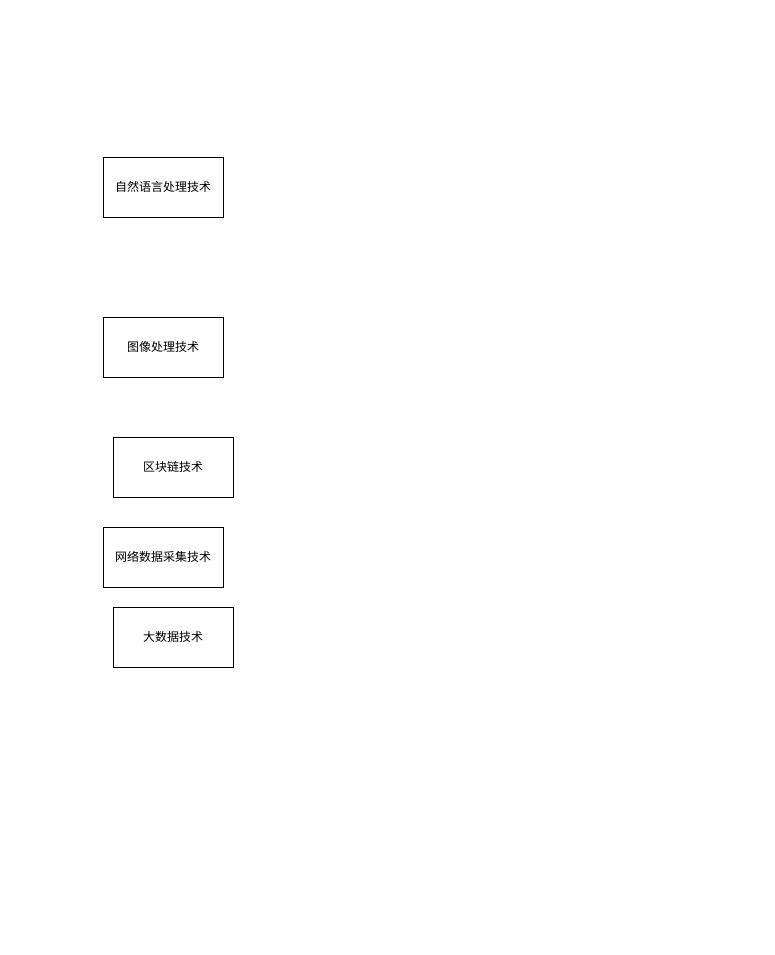
Before: 研究方向.drawio in drelolua/air-factory, a draw.io diagram. Source tidied: cells renumbered, new cells numbered last; positions are measured from the earlier drawing's top-left corner, leaving out a move shared by most shapes. Both pictures are drawn from the tidied source at 100%, with x=0, y=0 at pixel (103, 157).
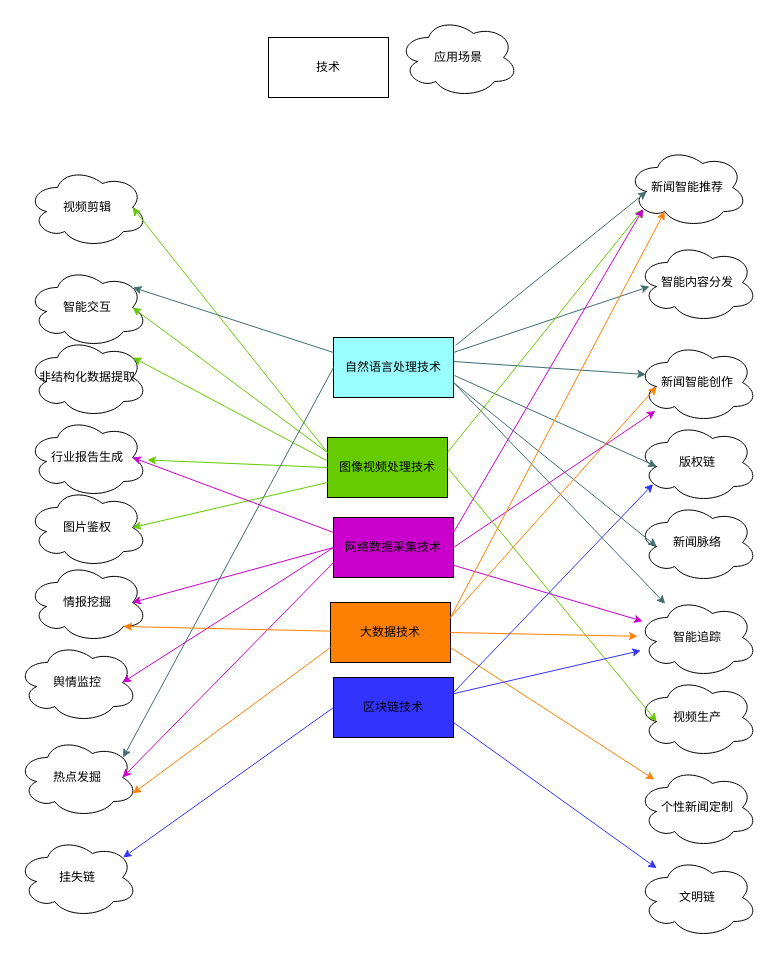
After the change.

The edit, as a diff of the source:
```diff
@@
-    <mxCell id="2" value="自然语言处理技术" style="rounded=0;whiteSpace=wrap;html=1;" parent="1" vertex="1">
-      <mxGeometry width="120" height="60" as="geometry" />
+    <mxCell id="2" value="自然语言处理技术" style="rounded=0;whiteSpace=wrap;html=1;fillColor=#99FFFF;" parent="1" vertex="1">
+      <mxGeometry x="230" y="180" width="120" height="60" as="geometry" />
     </mxCell>
-    <mxCell id="3" value="图像处理技术" style="rounded=0;whiteSpace=wrap;html=1;" parent="1" vertex="1">
-      <mxGeometry y="160" width="120" height="60" as="geometry" />
+    <mxCell id="3" value="图像视频处理技术" style="rounded=0;whiteSpace=wrap;html=1;fillColor=#66CC00;" parent="1" vertex="1">
+      <mxGeometry x="224" y="280" width="120" height="60" as="geometry" />
     </mxCell>
-    <mxCell id="4" value="区块链技术" style="whiteSpace=wrap;html=1;" parent="1" vertex="1">
-      <mxGeometry x="10" y="280" width="120" height="60" as="geometry" />
+    <mxCell id="4" value="区块链技术" style="whiteSpace=wrap;html=1;fillColor=#3333FF;" parent="1" vertex="1">
+      <mxGeometry x="230" y="520" width="120" height="60" as="geometry" />
     </mxCell>
-    <mxCell id="5" value="网络数据采集技术" style="whiteSpace=wrap;html=1;" parent="1" vertex="1">
-      <mxGeometry y="370" width="120" height="60" as="geometry" />
+    <mxCell id="5" value="网络数据采集技术" style="whiteSpace=wrap;html=1;fillColor=#CC00CC;" parent="1" vertex="1">
+      <mxGeometry x="230" y="360" width="120" height="60" as="geometry" />
     </mxCell>
-    <mxCell id="6" value="大数据技术" style="whiteSpace=wrap;html=1;" parent="1" vertex="1">
-      <mxGeometry x="10" y="450" width="120" height="60" as="geometry" />
+    <mxCell id="6" value="大数据技术" style="whiteSpace=wrap;html=1;fillColor=#FF8000;" parent="1" vertex="1">
+      <mxGeometry x="227" y="445" width="120" height="60" as="geometry" />
     </mxCell>
+    <mxCell id="7" value="新闻智能推荐" style="ellipse;shape=cloud;whiteSpace=wrap;html=1;" parent="1" vertex="1">
+      <mxGeometry x="524" y="-10" width="120" height="80" as="geometry" />
+    </mxCell>
+    <mxCell id="8" value="智能内容分发" style="ellipse;shape=cloud;whiteSpace=wrap;html=1;" parent="1" vertex="1">
+      <mxGeometry x="534" y="85" width="120" height="80" as="geometry" />
+    </mxCell>
+    <mxCell id="9" value="新闻智能创作" style="ellipse;shape=cloud;whiteSpace=wrap;html=1;" parent="1" vertex="1">
+      <mxGeometry x="534" y="185" width="120" height="80" as="geometry" />
+    </mxCell>
+    <mxCell id="10" value="版权链" style="ellipse;shape=cloud;whiteSpace=wrap;html=1;" parent="1" vertex="1">
+      <mxGeometry x="534" y="265" width="120" height="80" as="geometry" />
+    </mxCell>
+    <mxCell id="11" value="新闻脉络" style="ellipse;shape=cloud;whiteSpace=wrap;html=1;" parent="1" vertex="1">
+      <mxGeometry x="534" y="345" width="120" height="80" as="geometry" />
+    </mxCell>
+    <mxCell id="12" value="智能追踪" style="ellipse;shape=cloud;whiteSpace=wrap;html=1;" parent="1" vertex="1">
+      <mxGeometry x="534" y="440" width="120" height="80" as="geometry" />
+    </mxCell>
+    <mxCell id="13" style="endArrow=classic;html=1;exitX=1.017;exitY=0.133;exitDx=0;exitDy=0;entryX=0.16;entryY=0.55;entryDx=0;entryDy=0;entryPerimeter=0;exitPerimeter=0;strokeColor=#426E6E;" parent="1" edge="1" source="2" target="7">
+      <mxGeometry relative="1" as="geometry" />
+    </mxCell>
+    <mxCell id="14" style="endArrow=classic;html=1;entryX=0.1;entryY=0.55;entryDx=0;entryDy=0;entryPerimeter=0;strokeColor=#426E6E;exitX=1;exitY=0.25;exitDx=0;exitDy=0;" parent="1" edge="1" source="2" target="8">
+      <mxGeometry relative="1" as="geometry" />
+    </mxCell>
+    <mxCell id="15" style="endArrow=classic;html=1;exitX=1.008;exitY=0.633;exitDx=0;exitDy=0;exitPerimeter=0;entryX=0.16;entryY=0.55;entryDx=0;entryDy=0;entryPerimeter=0;strokeColor=#426E6E;" parent="1" edge="1" source="2" target="10">
+      <mxGeometry relative="1" as="geometry" />
+    </mxCell>
+    <mxCell id="16" style="endArrow=classic;html=1;exitX=1;exitY=0.4;exitDx=0;exitDy=0;entryX=0.07;entryY=0.4;entryDx=0;entryDy=0;entryPerimeter=0;exitPerimeter=0;strokeColor=#426E6E;" parent="1" edge="1" source="2" target="9">
+      <mxGeometry relative="1" as="geometry" />
+    </mxCell>
+    <mxCell id="17" style="endArrow=classic;html=1;entryX=0.16;entryY=0.55;entryDx=0;entryDy=0;entryPerimeter=0;strokeColor=#426E6E;exitX=1;exitY=0.75;exitDx=0;exitDy=0;" parent="1" edge="1" source="2" target="11">
+      <mxGeometry relative="1" as="geometry" />
+    </mxCell>
+    <mxCell id="18" style="endArrow=classic;html=1;exitX=1;exitY=0.75;exitDx=0;exitDy=0;strokeColor=#426E6E;" parent="1" edge="1" source="2" target="12">
+      <mxGeometry relative="1" as="geometry" />
+    </mxCell>
+    <mxCell id="19" value="视频生产" style="ellipse;shape=cloud;whiteSpace=wrap;html=1;" parent="1" vertex="1">
+      <mxGeometry x="534" y="520" width="120" height="80" as="geometry" />
+    </mxCell>
+    <mxCell id="20" value="视频剪辑" style="ellipse;shape=cloud;whiteSpace=wrap;html=1;" parent="1" vertex="1">
+      <mxGeometry x="-76" y="10" width="120" height="80" as="geometry" />
+    </mxCell>
+    <mxCell id="21" value="智能交互" style="ellipse;shape=cloud;whiteSpace=wrap;html=1;" parent="1" vertex="1">
+      <mxGeometry x="-76" y="110" width="120" height="80" as="geometry" />
+    </mxCell>
+    <mxCell id="22" value="非结构化数据提取" style="ellipse;shape=cloud;whiteSpace=wrap;html=1;" parent="1" vertex="1">
+      <mxGeometry x="-76" y="180" width="120" height="80" as="geometry" />
+    </mxCell>
+    <mxCell id="23" value="行业报告生成" style="ellipse;shape=cloud;whiteSpace=wrap;html=1;" parent="1" vertex="1">
+      <mxGeometry x="-76" y="260" width="120" height="80" as="geometry" />
+    </mxCell>
+    <mxCell id="24" value="图片鉴权" style="ellipse;shape=cloud;whiteSpace=wrap;html=1;" parent="1" vertex="1">
+      <mxGeometry x="-76" y="330" width="120" height="80" as="geometry" />
+    </mxCell>
+    <mxCell id="25" style="endArrow=classic;html=1;entryX=0.16;entryY=0.55;entryDx=0;entryDy=0;entryPerimeter=0;strokeColor=#66CC00;exitX=1;exitY=0.5;exitDx=0;exitDy=0;" parent="1" edge="1" source="3" target="19">
+      <mxGeometry relative="1" as="geometry" />
+    </mxCell>
+    <mxCell id="26" style="endArrow=classic;html=1;exitX=0;exitY=0.25;exitDx=0;exitDy=0;entryX=0.875;entryY=0.5;entryDx=0;entryDy=0;entryPerimeter=0;strokeColor=#66CC00;" parent="1" edge="1" source="3" target="20">
+      <mxGeometry relative="1" as="geometry" />
+    </mxCell>
+    <mxCell id="27" style="endArrow=classic;html=1;exitX=0;exitY=0.25;exitDx=0;exitDy=0;entryX=0.875;entryY=0.5;entryDx=0;entryDy=0;entryPerimeter=0;strokeColor=#66CC00;" parent="1" edge="1" source="3" target="21">
+      <mxGeometry relative="1" as="geometry" />
+    </mxCell>
+    <mxCell id="28" style="endArrow=classic;html=1;entryX=0.88;entryY=0.25;entryDx=0;entryDy=0;entryPerimeter=0;strokeColor=#66CC00;exitX=-0.008;exitY=0.383;exitDx=0;exitDy=0;exitPerimeter=0;" parent="1" edge="1" source="3" target="22">
+      <mxGeometry relative="1" as="geometry" />
+    </mxCell>
+    <mxCell id="29" style="endArrow=classic;html=1;exitX=0;exitY=0.5;exitDx=0;exitDy=0;strokeColor=#66CC00;" parent="1" edge="1" source="3" target="23">
+      <mxGeometry relative="1" as="geometry" />
+    </mxCell>
+    <mxCell id="30" style="endArrow=classic;html=1;exitX=0;exitY=0.75;exitDx=0;exitDy=0;entryX=0.875;entryY=0.5;entryDx=0;entryDy=0;entryPerimeter=0;strokeColor=#66CC00;" parent="1" edge="1" source="3" target="24">
+      <mxGeometry relative="1" as="geometry" />
+    </mxCell>
+    <mxCell id="31" style="endArrow=classic;html=1;exitX=1;exitY=0.25;exitDx=0;exitDy=0;entryX=0.13;entryY=0.77;entryDx=0;entryDy=0;entryPerimeter=0;strokeColor=#66CC00;" parent="1" edge="1" source="3" target="7">
+      <mxGeometry relative="1" as="geometry" />
+    </mxCell>
+    <mxCell id="32" style="endArrow=classic;html=1;exitX=0;exitY=0.25;exitDx=0;exitDy=0;entryX=0.875;entryY=0.5;entryDx=0;entryDy=0;entryPerimeter=0;strokeColor=#CC00CC;" parent="1" edge="1" source="5" target="23">
+      <mxGeometry relative="1" as="geometry" />
+    </mxCell>
+    <mxCell id="33" style="endArrow=classic;html=1;strokeColor=#CC00CC;exitX=1;exitY=0.25;exitDx=0;exitDy=0;entryX=0.13;entryY=0.77;entryDx=0;entryDy=0;entryPerimeter=0;" parent="1" edge="1" source="5" target="7">
+      <mxGeometry relative="1" as="geometry" />
+    </mxCell>
+    <mxCell id="34" value="情报挖掘" style="ellipse;shape=cloud;whiteSpace=wrap;html=1;fillColor=#FFFFFF;" parent="1" vertex="1">
+      <mxGeometry x="-76" y="405" width="120" height="80" as="geometry" />
+    </mxCell>
+    <mxCell id="35" value="舆情监控" style="ellipse;shape=cloud;whiteSpace=wrap;html=1;fillColor=#FFFFFF;" parent="1" vertex="1">
+      <mxGeometry x="-86" y="485" width="120" height="80" as="geometry" />
+    </mxCell>
+    <mxCell id="36" value="热点发掘" style="ellipse;shape=cloud;whiteSpace=wrap;html=1;fillColor=#FFFFFF;" parent="1" vertex="1">
+      <mxGeometry x="-86" y="580" width="120" height="80" as="geometry" />
+    </mxCell>
+    <mxCell id="37" style="endArrow=classic;html=1;exitX=0;exitY=0.5;exitDx=0;exitDy=0;entryX=0.875;entryY=0.5;entryDx=0;entryDy=0;entryPerimeter=0;strokeColor=#CC00CC;" parent="1" edge="1" source="5" target="34">
+      <mxGeometry relative="1" as="geometry" />
+    </mxCell>
+    <mxCell id="38" style="endArrow=classic;html=1;strokeColor=#CC00CC;entryX=0.875;entryY=0.5;entryDx=0;entryDy=0;entryPerimeter=0;exitX=0;exitY=0.5;exitDx=0;exitDy=0;" parent="1" edge="1" source="5" target="35">
+      <mxGeometry relative="1" as="geometry" />
+    </mxCell>
+    <mxCell id="39" style="endArrow=classic;html=1;strokeColor=#CC00CC;exitX=0;exitY=0.75;exitDx=0;exitDy=0;entryX=0.875;entryY=0.5;entryDx=0;entryDy=0;entryPerimeter=0;" parent="1" edge="1" source="5" target="36">
+      <mxGeometry relative="1" as="geometry" />
+    </mxCell>
+    <mxCell id="40" style="endArrow=classic;html=1;exitX=0;exitY=0.5;exitDx=0;exitDy=0;strokeColor=#426E6E;entryX=0.88;entryY=0.25;entryDx=0;entryDy=0;entryPerimeter=0;" parent="1" edge="1" source="2" target="36">
+      <mxGeometry relative="1" as="geometry" />
+    </mxCell>
+    <mxCell id="41" style="endArrow=classic;html=1;strokeColor=#CC00CC;exitX=1;exitY=0.5;exitDx=0;exitDy=0;" parent="1" edge="1" source="5" target="9">
+      <mxGeometry relative="1" as="geometry" />
+    </mxCell>
+    <mxCell id="42" style="endArrow=classic;html=1;strokeColor=#CC00CC;" parent="1" edge="1" source="5" target="12">
+      <mxGeometry relative="1" as="geometry" />
+    </mxCell>
+    <mxCell id="43" style="endArrow=classic;html=1;exitX=1;exitY=0.25;exitDx=0;exitDy=0;strokeColor=#FF8000;entryX=0.31;entryY=0.8;entryDx=0;entryDy=0;entryPerimeter=0;" parent="1" edge="1" source="6" target="7">
+      <mxGeometry relative="1" as="geometry" />
+    </mxCell>
+    <mxCell id="44" style="endArrow=classic;html=1;strokeColor=#FF8000;exitX=1;exitY=0.5;exitDx=0;exitDy=0;" parent="1" edge="1" source="6" target="12">
+      <mxGeometry relative="1" as="geometry" />
+    </mxCell>
+    <mxCell id="45" style="endArrow=classic;html=1;strokeColor=#FF8000;entryX=0.96;entryY=0.7;entryDx=0;entryDy=0;entryPerimeter=0;exitX=0;exitY=0.75;exitDx=0;exitDy=0;" parent="1" edge="1" source="6" target="36">
+      <mxGeometry relative="1" as="geometry" />
+    </mxCell>
+    <mxCell id="46" style="endArrow=classic;html=1;strokeColor=#FF8000;entryX=0.8;entryY=0.8;entryDx=0;entryDy=0;entryPerimeter=0;" parent="1" edge="1" source="6" target="34">
+      <mxGeometry relative="1" as="geometry" />
+    </mxCell>
+    <mxCell id="47" value="个性新闻定制" style="ellipse;shape=cloud;whiteSpace=wrap;html=1;fillColor=#FFFFFF;" parent="1" vertex="1">
+      <mxGeometry x="534" y="610" width="120" height="80" as="geometry" />
+    </mxCell>
+    <mxCell id="48" style="endArrow=classic;html=1;strokeColor=#FF8000;exitX=1;exitY=0.75;exitDx=0;exitDy=0;" parent="1" edge="1" source="6" target="47">
+      <mxGeometry relative="1" as="geometry" />
+    </mxCell>
+    <mxCell id="49" style="endArrow=classic;html=1;strokeColor=#FF8000;entryX=0.16;entryY=0.55;entryDx=0;entryDy=0;entryPerimeter=0;exitX=1;exitY=0.25;exitDx=0;exitDy=0;" parent="1" edge="1" source="6" target="9">
+      <mxGeometry relative="1" as="geometry" />
+    </mxCell>
+    <mxCell id="50" style="endArrow=classic;html=1;strokeColor=#3333FF;entryX=0.13;entryY=0.77;entryDx=0;entryDy=0;entryPerimeter=0;exitX=1;exitY=0.25;exitDx=0;exitDy=0;" parent="1" edge="1" source="4" target="10">
+      <mxGeometry relative="1" as="geometry" />
+    </mxCell>
+    <mxCell id="51" value="文明链" style="ellipse;shape=cloud;whiteSpace=wrap;html=1;fillColor=#FFFFFF;" parent="1" vertex="1">
+      <mxGeometry x="534" y="700" width="120" height="80" as="geometry" />
+    </mxCell>
+    <mxCell id="52" value="挂失链" style="ellipse;shape=cloud;whiteSpace=wrap;html=1;fillColor=#FFFFFF;" parent="1" vertex="1">
+      <mxGeometry x="-86" y="680" width="120" height="80" as="geometry" />
+    </mxCell>
+    <mxCell id="53" style="endArrow=classic;html=1;strokeColor=#3333FF;entryX=0.88;entryY=0.25;entryDx=0;entryDy=0;entryPerimeter=0;exitX=0;exitY=0.5;exitDx=0;exitDy=0;" parent="1" edge="1" source="4" target="52">
+      <mxGeometry relative="1" as="geometry" />
+    </mxCell>
+    <mxCell id="54" style="endArrow=classic;html=1;strokeColor=#3333FF;exitX=1;exitY=0.75;exitDx=0;exitDy=0;" parent="1" edge="1" source="4" target="51">
+      <mxGeometry relative="1" as="geometry" />
+    </mxCell>
+    <mxCell id="55" style="endArrow=classic;html=1;strokeColor=#3333FF;" parent="1" edge="1" source="4" target="12">
+      <mxGeometry relative="1" as="geometry" />
+    </mxCell>
+    <mxCell id="56" style="endArrow=classic;html=1;exitX=0;exitY=0.25;exitDx=0;exitDy=0;strokeColor=#426E6E;entryX=0.88;entryY=0.25;entryDx=0;entryDy=0;entryPerimeter=0;" parent="1" edge="1" source="2" target="21">
+      <mxGeometry relative="1" as="geometry" />
+    </mxCell>
+    <mxCell id="57" value="技术" style="rounded=0;whiteSpace=wrap;html=1;fillColor=#FFFFFF;" parent="1" vertex="1">
+      <mxGeometry x="165" y="-120" width="120" height="60" as="geometry" />
+    </mxCell>
+    <mxCell id="58" value="应用场景" style="ellipse;shape=cloud;whiteSpace=wrap;html=1;fillColor=#FFFFFF;" parent="1" vertex="1">
+      <mxGeometry x="295" y="-140" width="120" height="80" as="geometry" />
+    </mxCell>
```
